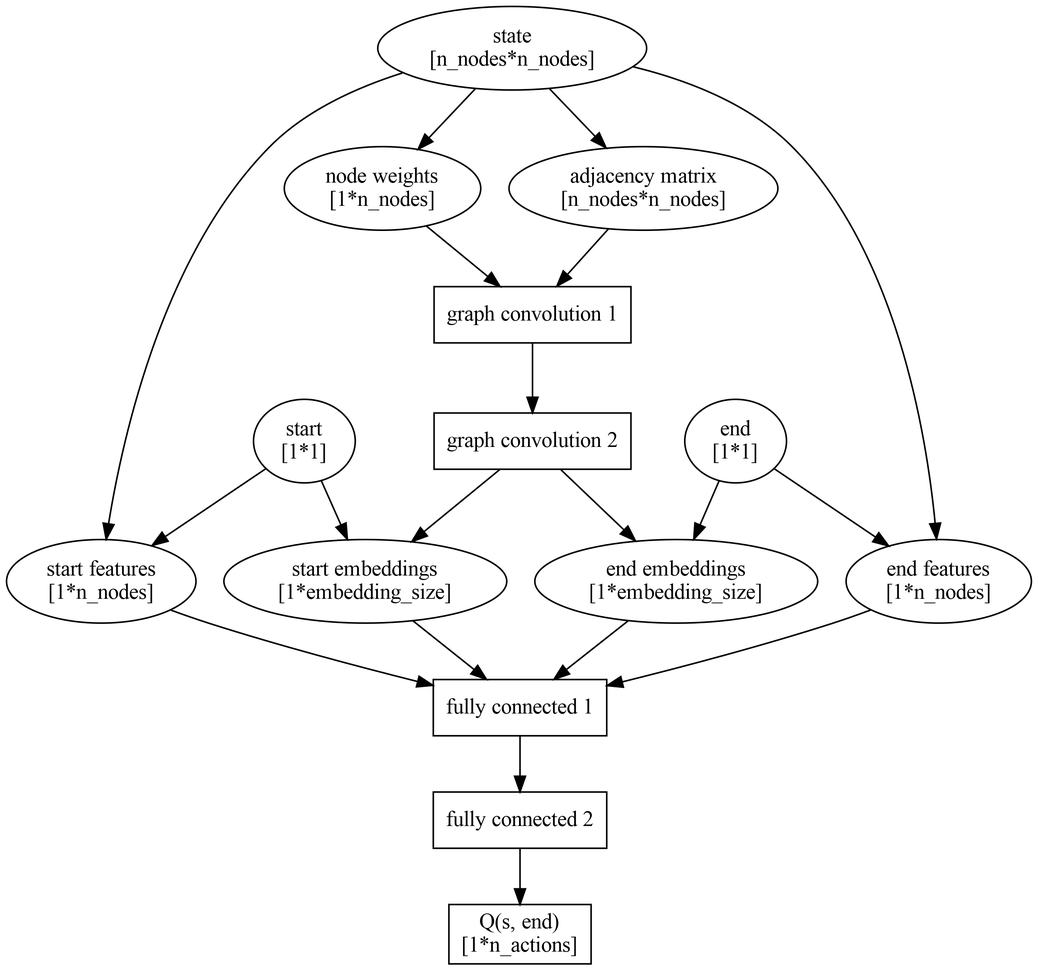
The Graphviz diagram doc/graphs/gcnn_action.png in basictask/TrafficControl, before a commit. Its source is kept beside it as doc/graphs/gcnn_action.dot.
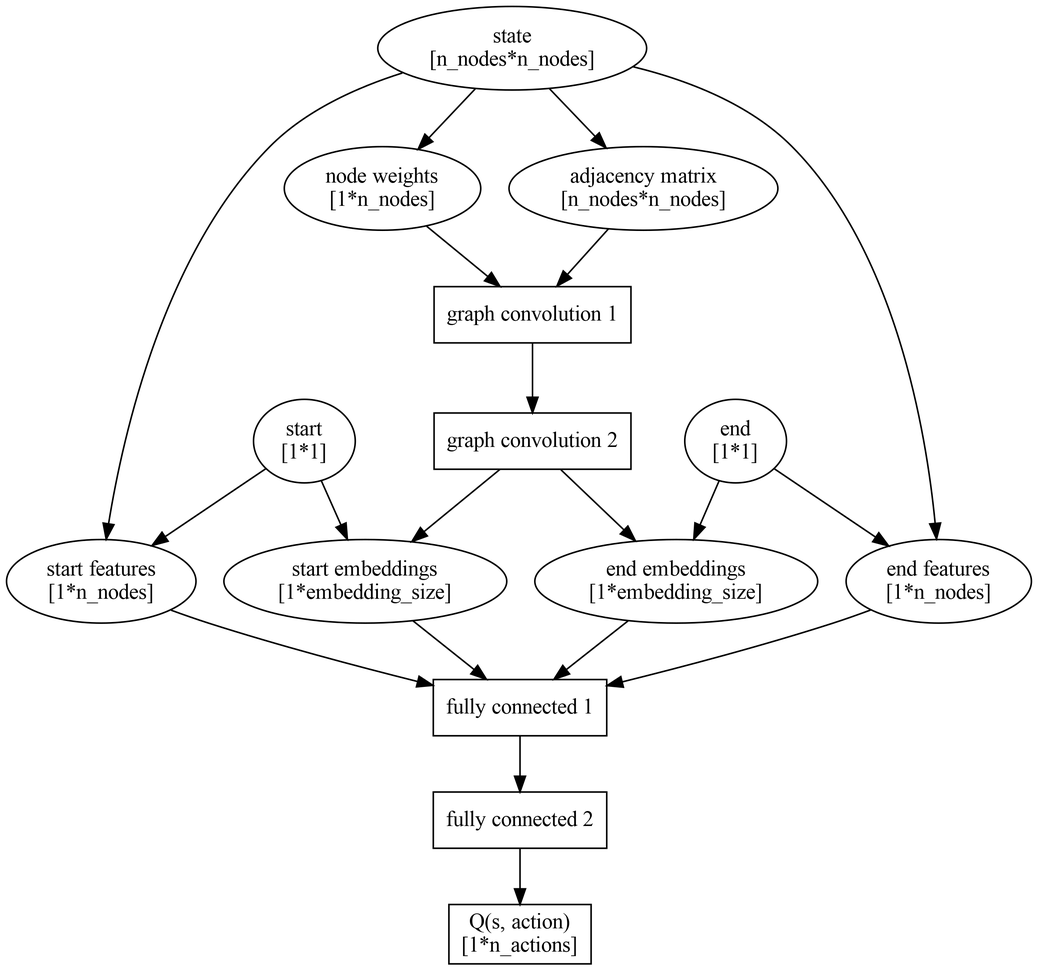
Above is the later version.

Diff of the diagram source:
```diff
@@ -13,7 +13,7 @@
     end_feats [label = "end features\n[1*n_nodes]"]
     h1 [label = "fully connected 1", shape=box]
     h2 [label = "fully connected 2", shape=box]
-    end_q [label = "Q(s, end)\n[1*n_actions]", shape=box]
+    end_q [label = "Q(s, action)\n[1*n_actions]", shape=box]
 
     state -> feat
     state -> adj
```
